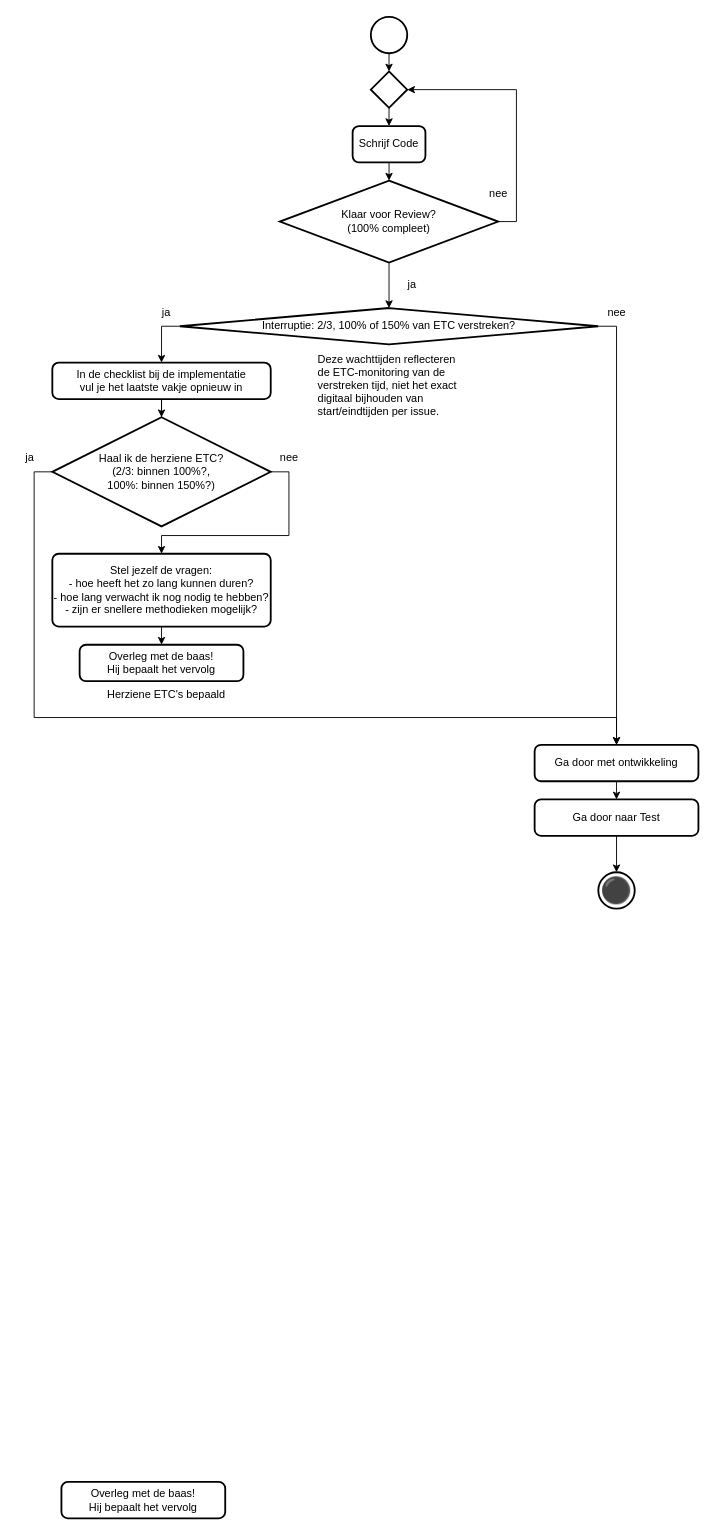
Before: 4 Issue Tracker implementatie.drawio in Zaibatsu89/IssueTracker, a draw.io diagram. Source tidied: cells renumbered, new cells numbered last; positions are measured from the earlier drawing's top-left corner, leaving out a move shared by most shapes. Both pictures are drawn from the tidied source at 91%, with x=0, y=0 at pixel (15, 16).
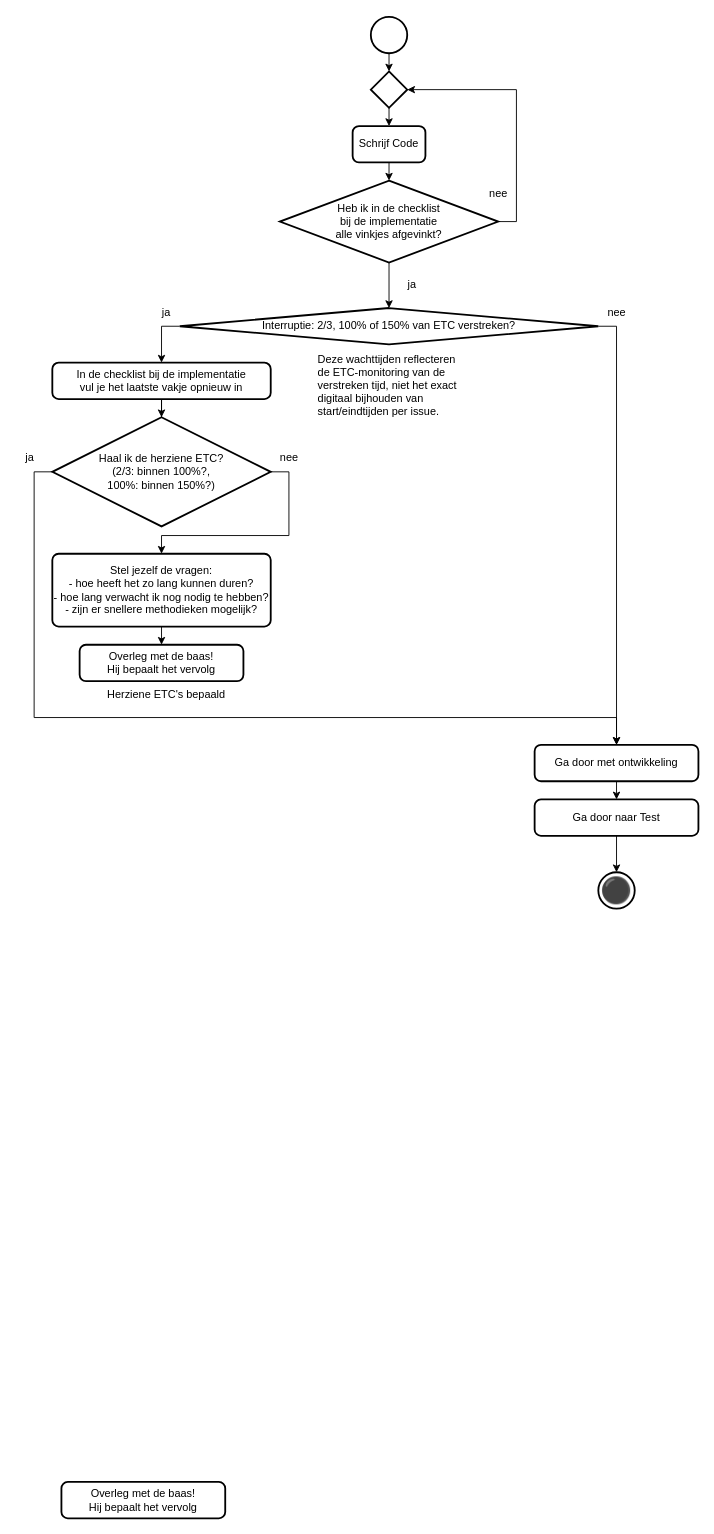
The same diagram, later.

Commit message (it also covers changes not shown here):
"Heb ik alle vinkjes volgens de checklist van de analyse afgevinkt?" in analyse flowchart, i.p.v. "Conclusie: ..."

The edit, as a diff of the source:
```diff
@@
-    <mxCell id="8" value="Klaar voor Review?&lt;br&gt;(100% compleet)" style="strokeWidth=2;html=1;shape=mxgraph.flowchart.decision;whiteSpace=wrap;" parent="1" vertex="1">
+    <mxCell id="8" value="Heb ik in de checklist&lt;br&gt;bij de implementatie&lt;br&gt;alle vinkjes afgevinkt?" style="strokeWidth=2;html=1;shape=mxgraph.flowchart.decision;whiteSpace=wrap;" parent="1" vertex="1">
       <mxGeometry x="290" y="180" width="240" height="90" as="geometry" />
     </mxCell>
```
